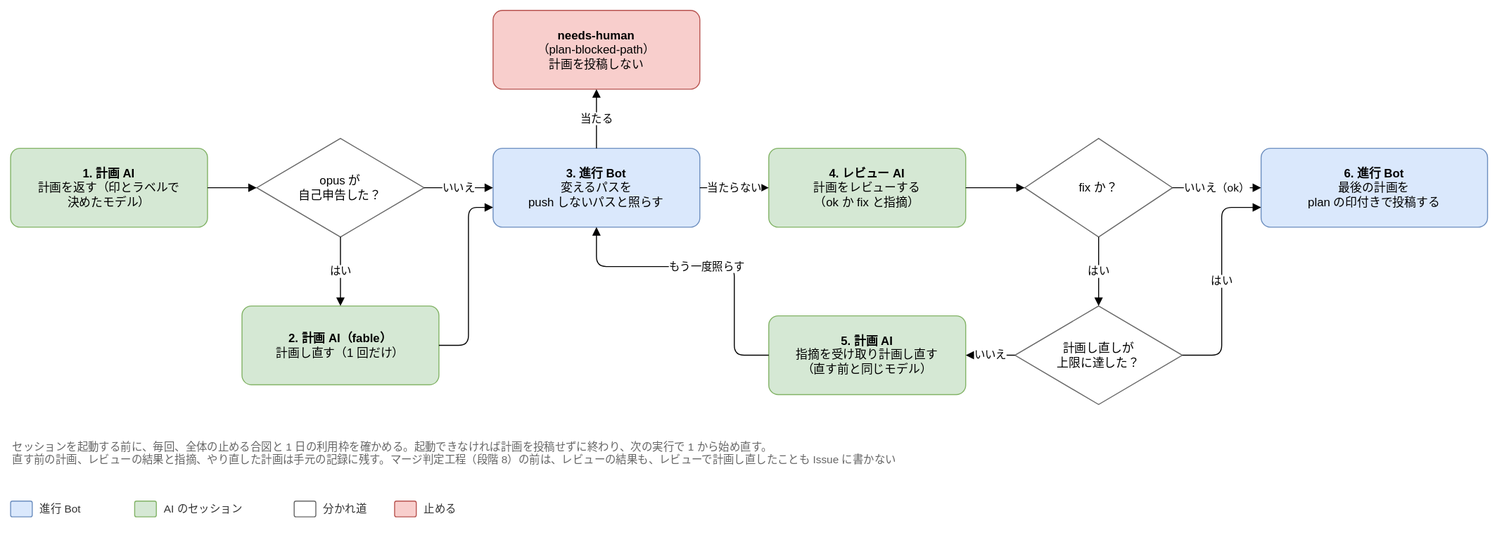
Before: docs/design/basic/diagrams/02-plan-step.drawio.svg, a diagram exported from draw.io (Joymerrevent/dev-autopilot). Source tidied: cells renumbered, new cells last; positions are measured from the earlier drawing's top-left corner, leaving out a move shared by most shapes.
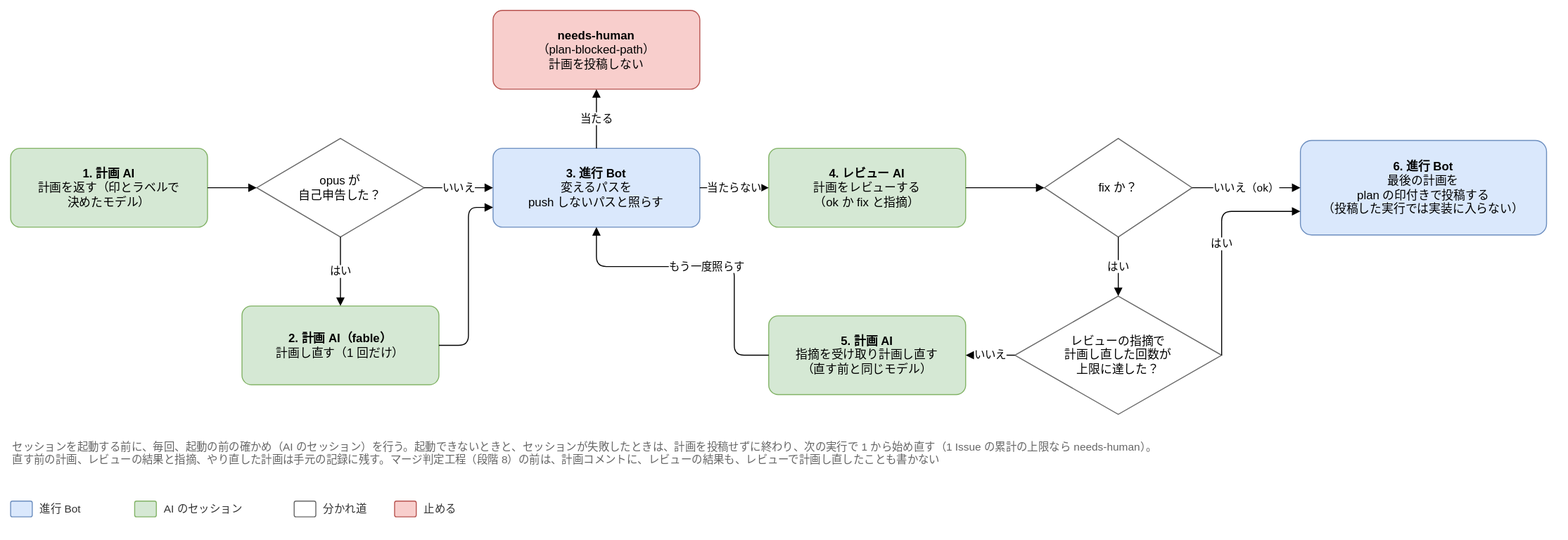
Above is the later version.

What changed in the source:
```diff
@@ -21,16 +21,16 @@
       <mxGeometry x="770" y="140" width="200" height="80" as="geometry" />
     </mxCell>
     <mxCell id="8" value="fix か？" style="rhombus;whiteSpace=wrap;html=1;fontSize=12;spacing=12;fillColor=#ffffff;strokeColor=#666666;" parent="1" vertex="1">
-      <mxGeometry x="1030" y="130" width="150" height="100" as="geometry" />
+      <mxGeometry x="1050" y="130" width="150" height="100" as="geometry" />
     </mxCell>
-    <mxCell id="9" value="計画し直しが&lt;br&gt;上限に達した？" style="rhombus;whiteSpace=wrap;html=1;fontSize=12;spacing=12;fillColor=#ffffff;strokeColor=#666666;" parent="1" vertex="1">
-      <mxGeometry x="1020" y="300" width="170" height="100" as="geometry" />
+    <mxCell id="9" value="レビューの指摘で&lt;br&gt;計画し直した回数が&lt;br&gt;上限に達した？" style="rhombus;whiteSpace=wrap;html=1;fontSize=12;spacing=12;fillColor=#ffffff;strokeColor=#666666;" parent="1" vertex="1">
+      <mxGeometry x="1020" y="290" width="210" height="120" as="geometry" />
     </mxCell>
     <mxCell id="10" value="&lt;b&gt;5. 計画 AI&lt;/b&gt;&lt;br&gt;指摘を受け取り計画し直す&lt;br&gt;（直す前と同じモデル）" style="rounded=1;whiteSpace=wrap;html=1;fontSize=12;arcSize=12;spacing=12;fillColor=#d5e8d4;strokeColor=#82b366;" parent="1" vertex="1">
       <mxGeometry x="770" y="310" width="200" height="80" as="geometry" />
     </mxCell>
-    <mxCell id="11" value="&lt;b&gt;6. 進行 Bot&lt;/b&gt;&lt;br&gt;最後の計画を&lt;br&gt;plan の印付きで投稿する" style="rounded=1;whiteSpace=wrap;html=1;fontSize=12;arcSize=12;spacing=12;fillColor=#dae8fc;strokeColor=#6c8ebf;" parent="1" vertex="1">
-      <mxGeometry x="1270" y="140" width="230" height="80" as="geometry" />
+    <mxCell id="11" value="&lt;b&gt;6. 進行 Bot&lt;/b&gt;&lt;br&gt;最後の計画を&lt;br&gt;plan の印付きで投稿する&lt;br&gt;（投稿した実行では実装に入らない）" style="rounded=1;whiteSpace=wrap;html=1;fontSize=12;arcSize=12;spacing=12;fillColor=#dae8fc;strokeColor=#6c8ebf;" parent="1" vertex="1">
+      <mxGeometry x="1310" y="132" width="250" height="96" as="geometry" />
     </mxCell>
     <mxCell id="12" style="edgeStyle=orthogonalEdgeStyle;rounded=1;html=1;endArrow=block;endFill=1;fontSize=11;labelBackgroundColor=#ffffff;exitX=1;exitY=0.5;exitDx=0;exitDy=0;entryX=0;entryY=0.5;entryDx=0;entryDy=0;" parent="1" edge="1" source="2" target="3">
       <mxGeometry relative="1" as="geometry" />
@@ -84,8 +84,8 @@
         </Array>
       </mxGeometry>
     </mxCell>
-    <mxCell id="24" value="セッションを起動する前に、毎回、全体の止める合図と 1 日の利用枠を確かめる。起動できなければ計画を投稿せずに終わり、次の実行で 1 から始め直す。&lt;br&gt;直す前の計画、レビューの結果と指摘、やり直した計画は手元の記録に残す。マージ判定工程（段階 8）の前は、レビューの結果も、レビューで計画し直したことも Issue に書かない" style="text;html=1;whiteSpace=wrap;align=left;verticalAlign=top;fontSize=11;fontColor=#666666;" parent="1" vertex="1">
-      <mxGeometry y="430" width="1500" height="54" as="geometry" />
+    <mxCell id="24" value="セッションを起動する前に、毎回、起動の前の確かめ（AI のセッション）を行う。起動できないときと、セッションが失敗したときは、計画を投稿せずに終わり、次の実行で 1 から始め直す（1 Issue の累計の上限なら needs-human）。&lt;br&gt;直す前の計画、レビューの結果と指摘、やり直した計画は手元の記録に残す。マージ判定工程（段階 8）の前は、計画コメントに、レビューの結果も、レビューで計画し直したことも書かない" style="text;html=1;whiteSpace=wrap;align=left;verticalAlign=top;fontSize=11;fontColor=#666666;" parent="1" vertex="1">
+      <mxGeometry y="430" width="1560" height="54" as="geometry" />
     </mxCell>
     <mxCell id="25" style="rounded=1;whiteSpace=wrap;html=1;fontSize=12;arcSize=12;spacing=12;fillColor=#dae8fc;strokeColor=#6c8ebf;" parent="1" vertex="1">
       <mxGeometry y="498" width="22" height="16" as="geometry" />
```
